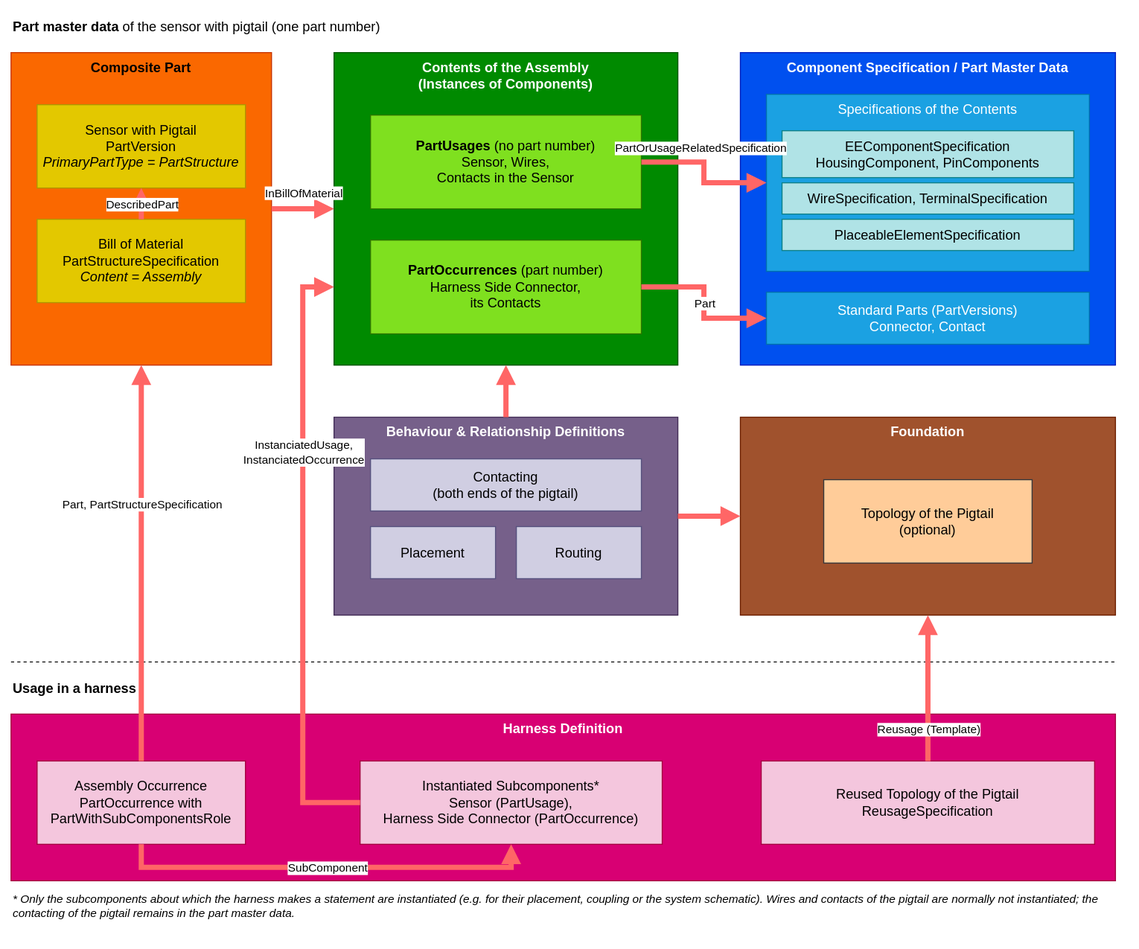
This is wiki/content/specifications/vec/guidelines/ee-components/pigtail/pigtail-building-blocks.svg from prostep-ivip-e-V/vec, a draw.io export, as it was before one commit. Source tidied: cells renumbered, new cells last; positions are measured from the earlier drawing's top-left corner, leaving out a move shared by most shapes.
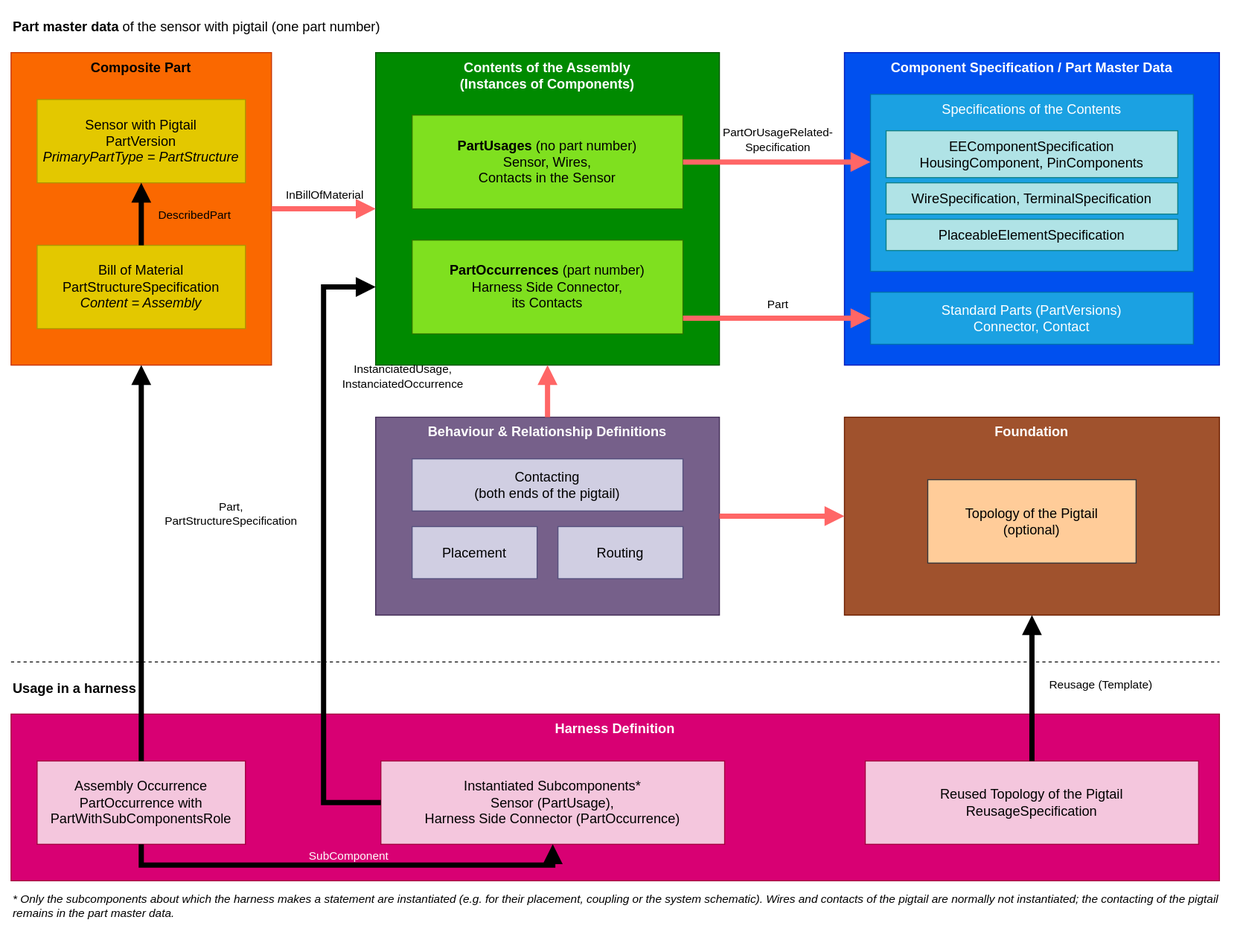
After the commit.

Commit message:
E/E Components: E/E component with pigtail, readable building blocks figure (#1127)

Arrows that run over coloured blocks (DescribedPart, the references from the harness) are black, the arrows to the specifications and standard parts are straight, and the arrow labels have no background and a text colour that contrasts with their area.

Refs #1127

The edit, as a diff of the source:
```diff
@@ -9,13 +9,13 @@
       <mxGeometry y="40" width="250" height="300" as="geometry" />
     </mxCell>
     <mxCell id="4" value="Sensor with Pigtail&lt;br&gt;PartVersion&lt;br&gt;&lt;i&gt;PrimaryPartType = PartStructure&lt;/i&gt;" style="rounded=0;whiteSpace=wrap;html=1;fontSize=13;fillColor=#e3c800;fontColor=#000000;strokeColor=#B09500;" parent="3" vertex="1">
-      <mxGeometry x="25" y="50" width="200" height="80" as="geometry" />
+      <mxGeometry x="25" y="45" width="200" height="80" as="geometry" />
     </mxCell>
     <mxCell id="5" value="Bill of Material&lt;br&gt;PartStructureSpecification&lt;br&gt;&lt;i&gt;Content = Assembly&lt;/i&gt;" style="rounded=0;whiteSpace=wrap;html=1;fontSize=13;fillColor=#e3c800;fontColor=#000000;strokeColor=#B09500;" parent="3" vertex="1">
-      <mxGeometry x="25" y="160" width="200" height="80" as="geometry" />
+      <mxGeometry x="25" y="185" width="200" height="80" as="geometry" />
     </mxCell>
     <mxCell id="6" value="Contents of the Assembly&lt;br&gt;(Instances of Components)" style="rounded=0;whiteSpace=wrap;html=1;verticalAlign=top;fontStyle=1;fontSize=13;fillColor=#008a00;strokeColor=#005700;fontColor=#ffffff;" parent="1" vertex="1">
-      <mxGeometry x="310" y="40" width="330" height="300" as="geometry" />
+      <mxGeometry x="350" y="40" width="330" height="300" as="geometry" />
     </mxCell>
     <mxCell id="7" value="&lt;b&gt;PartUsages&lt;/b&gt; (no part number)&lt;br&gt;Sensor, Wires,&lt;br&gt;Contacts in the Sensor" style="rounded=0;whiteSpace=wrap;html=1;fontSize=13;fillColor=#7FE01F;fontColor=#000000;strokeColor=#2D7600;" parent="6" vertex="1">
       <mxGeometry x="35" y="60" width="260" height="90" as="geometry" />
@@ -24,7 +24,7 @@
       <mxGeometry x="35" y="180" width="260" height="90" as="geometry" />
     </mxCell>
     <mxCell id="9" value="Component Specification / Part Master Data" style="rounded=0;whiteSpace=wrap;html=1;verticalAlign=top;fontStyle=1;fontSize=13;fillColor=#0050ef;strokeColor=#001DBC;fontColor=#ffffff;" parent="1" vertex="1">
-      <mxGeometry x="700" y="40" width="360" height="300" as="geometry" />
+      <mxGeometry x="800" y="40" width="360" height="300" as="geometry" />
     </mxCell>
     <mxCell id="10" value="Specifications of the Contents" style="rounded=0;whiteSpace=wrap;html=1;fontSize=13;verticalAlign=top;fillColor=#1ba1e2;fontColor=#ffffff;strokeColor=#006EAF;" parent="9" vertex="1">
       <mxGeometry x="25" y="40" width="310" height="170" as="geometry" />
@@ -42,7 +42,7 @@
       <mxGeometry x="25" y="230" width="310" height="50" as="geometry" />
     </mxCell>
     <mxCell id="15" value="Behaviour &amp;amp; Relationship Definitions" style="rounded=0;whiteSpace=wrap;html=1;verticalAlign=top;fontStyle=1;fontSize=13;fillColor=#76608a;strokeColor=#432D57;fontColor=#ffffff;" parent="1" vertex="1">
-      <mxGeometry x="310" y="390" width="330" height="190" as="geometry" />
+      <mxGeometry x="350" y="390" width="330" height="190" as="geometry" />
     </mxCell>
     <mxCell id="16" value="Contacting&lt;br&gt;(both ends of the pigtail)" style="rounded=0;whiteSpace=wrap;html=1;fontSize=13;fillColor=#d0cee2;strokeColor=#56517e;" parent="15" vertex="1">
       <mxGeometry x="35" y="40" width="260" height="50" as="geometry" />
@@ -54,7 +54,7 @@
       <mxGeometry x="175" y="105" width="120" height="50" as="geometry" />
     </mxCell>
     <mxCell id="19" value="Foundation" style="rounded=0;whiteSpace=wrap;html=1;verticalAlign=top;fontStyle=1;fontSize=13;fillColor=#a0522d;strokeColor=#6D1F00;fontColor=#ffffff;" parent="1" vertex="1">
-      <mxGeometry x="700" y="390" width="360" height="190" as="geometry" />
+      <mxGeometry x="800" y="390" width="360" height="190" as="geometry" />
     </mxCell>
     <mxCell id="20" value="Topology of the Pigtail&lt;br&gt;(optional)" style="rounded=0;whiteSpace=wrap;html=1;fontSize=13;fillColor=#ffcc99;strokeColor=#36393d;" parent="19" vertex="1">
       <mxGeometry x="80" y="60" width="200" height="80" as="geometry" />
@@ -62,94 +62,106 @@
     <mxCell id="21" style="endArrow=none;dashed=1;html=1;rounded=0;" parent="1" edge="1">
       <mxGeometry relative="1" as="geometry">
         <mxPoint y="625" as="sourcePoint" />
-        <mxPoint x="1060" y="625" as="targetPoint" />
+        <mxPoint x="1160" y="625" as="targetPoint" />
       </mxGeometry>
     </mxCell>
     <mxCell id="22" value="&lt;b&gt;Usage in a harness&lt;/b&gt;" style="text;html=1;strokeColor=none;fillColor=none;align=left;verticalAlign=middle;whiteSpace=wrap;rounded=0;fontSize=13;" parent="1" vertex="1">
       <mxGeometry y="635" width="600" height="30" as="geometry" />
     </mxCell>
     <mxCell id="23" value="Harness Definition" style="rounded=0;whiteSpace=wrap;html=1;verticalAlign=top;fontStyle=1;fontSize=13;fillColor=#d80073;strokeColor=#A50040;fontColor=#ffffff;" parent="1" vertex="1">
-      <mxGeometry y="675" width="1060" height="160" as="geometry" />
+      <mxGeometry y="675" width="1160" height="160" as="geometry" />
     </mxCell>
     <mxCell id="24" value="Assembly Occurrence&lt;br&gt;PartOccurrence with&lt;br&gt;PartWithSubComponentsRole" style="rounded=0;whiteSpace=wrap;html=1;fontSize=13;fillColor=#f4c6dd;fontColor=#000000;strokeColor=#A50040;" parent="23" vertex="1">
       <mxGeometry x="25" y="45" width="200" height="80" as="geometry" />
     </mxCell>
     <mxCell id="25" value="Instantiated Subcomponents*&lt;br&gt;Sensor (PartUsage),&lt;br&gt;Harness Side Connector (PartOccurrence)" style="rounded=0;whiteSpace=wrap;html=1;fontSize=13;fillColor=#f4c6dd;fontColor=#000000;strokeColor=#A50040;" parent="23" vertex="1">
-      <mxGeometry x="335" y="45" width="290" height="80" as="geometry" />
+      <mxGeometry x="355" y="45" width="330" height="80" as="geometry" />
     </mxCell>
     <mxCell id="26" value="Reused Topology of the Pigtail&lt;br&gt;ReusageSpecification" style="rounded=0;whiteSpace=wrap;html=1;fontSize=13;fillColor=#f4c6dd;fontColor=#000000;strokeColor=#A50040;" parent="23" vertex="1">
-      <mxGeometry x="720" y="45" width="320" height="80" as="geometry" />
+      <mxGeometry x="820" y="45" width="320" height="80" as="geometry" />
     </mxCell>
     <mxCell id="27" value="* Only the subcomponents about which the harness makes a statement are instantiated (e.g. for their placement, coupling or the system schematic). Wires and contacts of the pigtail are normally not instantiated; the contacting of the pigtail remains in the part master data." style="text;html=1;strokeColor=none;fillColor=none;align=left;verticalAlign=top;whiteSpace=wrap;rounded=0;fontSize=11;fontStyle=2;" parent="1" vertex="1">
-      <mxGeometry y="840" width="1060" height="40" as="geometry" />
+      <mxGeometry y="840" width="1160" height="40" as="geometry" />
     </mxCell>
-    <mxCell id="28" style="endArrow=block;html=1;rounded=0;fontSize=13;fillColor=#bac8d3;strokeColor=#FF6666;strokeWidth=5;endFill=1;edgeStyle=orthogonalEdgeStyle;exitX=0.5;exitY=0;exitDx=0;exitDy=0;entryX=0.5;entryY=1;entryDx=0;entryDy=0;" parent="1" edge="1" source="5" target="4">
+    <mxCell id="28" style="endArrow=block;html=1;rounded=0;fontSize=13;strokeWidth=5;endFill=1;strokeColor=#000000;exitX=0.5;exitY=0;exitDx=0;exitDy=0;entryX=0.5;entryY=1;entryDx=0;entryDy=0;" parent="1" edge="1" source="5" target="4">
       <mxGeometry relative="1" as="geometry" />
     </mxCell>
-    <mxCell id="29" value="DescribedPart" style="edgeLabel;html=1;align=center;verticalAlign=middle;fontSize=11;labelBackgroundColor=#ffffff;" parent="28" vertex="1">
-      <mxGeometry relative="1" as="geometry" />
+    <mxCell id="29" value="DescribedPart" style="edgeLabel;html=1;align=center;verticalAlign=middle;fontSize=11;labelBackgroundColor=none;fontColor=#000000;" parent="28" vertex="1">
+      <mxGeometry relative="1" as="geometry">
+        <mxPoint x="50" as="offset" />
+      </mxGeometry>
     </mxCell>
-    <mxCell id="30" style="endArrow=block;html=1;rounded=0;fontSize=13;fillColor=#bac8d3;strokeColor=#FF6666;strokeWidth=5;endFill=1;edgeStyle=orthogonalEdgeStyle;exitX=1;exitY=0.5;exitDx=0;exitDy=0;entryX=0;entryY=0.5;entryDx=0;entryDy=0;" parent="1" edge="1" source="3" target="6">
+    <mxCell id="30" style="endArrow=block;html=1;rounded=0;fontSize=13;strokeWidth=5;endFill=1;fillColor=#bac8d3;strokeColor=#FF6666;exitX=1;exitY=0.5;exitDx=0;exitDy=0;entryX=0;entryY=0.5;entryDx=0;entryDy=0;" parent="1" edge="1" source="3" target="6">
       <mxGeometry relative="1" as="geometry" />
     </mxCell>
-    <mxCell id="31" value="InBillOfMaterial" style="edgeLabel;html=1;align=center;verticalAlign=middle;fontSize=11;labelBackgroundColor=#ffffff;" parent="30" vertex="1">
+    <mxCell id="31" value="InBillOfMaterial" style="edgeLabel;html=1;align=center;verticalAlign=middle;fontSize=11;labelBackgroundColor=none;fontColor=#000000;" parent="30" vertex="1">
       <mxGeometry relative="1" as="geometry">
-        <mxPoint y="-16" as="offset" />
+        <mxPoint y="-14" as="offset" />
       </mxGeometry>
     </mxCell>
-    <mxCell id="32" style="endArrow=block;html=1;rounded=0;fontSize=13;fillColor=#bac8d3;strokeColor=#FF6666;strokeWidth=5;endFill=1;edgeStyle=orthogonalEdgeStyle;exitX=1;exitY=0.5;exitDx=0;exitDy=0;entryX=0;entryY=0.5;entryDx=0;entryDy=0;" parent="1" edge="1" source="7" target="10">
+    <mxCell id="32" style="endArrow=block;html=1;rounded=0;fontSize=13;strokeWidth=5;endFill=1;fillColor=#bac8d3;strokeColor=#FF6666;exitX=1;exitY=0.5;exitDx=0;exitDy=0;entryX=0;entryY=0.38235294117647056;entryDx=0;entryDy=0;" parent="1" edge="1" source="7" target="10">
       <mxGeometry relative="1" as="geometry" />
     </mxCell>
-    <mxCell id="33" value="PartOrUsageRelatedSpecification" style="edgeLabel;html=1;align=center;verticalAlign=middle;fontSize=11;labelBackgroundColor=#ffffff;" parent="32" vertex="1">
-      <mxGeometry x="-0.2" relative="1" as="geometry">
-        <mxPoint y="-14" as="offset" />
+    <mxCell id="33" value="PartOrUsageRelated-&lt;br&gt;Specification" style="edgeLabel;html=1;align=center;verticalAlign=middle;fontSize=11;labelBackgroundColor=none;fontColor=#000000;" parent="32" vertex="1">
+      <mxGeometry relative="1" as="geometry">
+        <mxPoint y="-22" as="offset" />
       </mxGeometry>
     </mxCell>
-    <mxCell id="34" style="endArrow=block;html=1;rounded=0;fontSize=13;fillColor=#bac8d3;strokeColor=#FF6666;strokeWidth=5;endFill=1;edgeStyle=orthogonalEdgeStyle;exitX=1;exitY=0.5;exitDx=0;exitDy=0;entryX=0;entryY=0.5;entryDx=0;entryDy=0;" parent="1" edge="1" source="8" target="14">
+    <mxCell id="34" style="endArrow=block;html=1;rounded=0;fontSize=13;strokeWidth=5;endFill=1;fillColor=#bac8d3;strokeColor=#FF6666;exitX=1;exitY=0.8333333333333334;exitDx=0;exitDy=0;entryX=0;entryY=0.5;entryDx=0;entryDy=0;" parent="1" edge="1" source="8" target="14">
       <mxGeometry relative="1" as="geometry" />
     </mxCell>
-    <mxCell id="35" value="Part" style="edgeLabel;html=1;align=center;verticalAlign=middle;fontSize=11;labelBackgroundColor=#ffffff;" parent="34" vertex="1">
-      <mxGeometry relative="1" as="geometry" />
+    <mxCell id="35" value="Part" style="edgeLabel;html=1;align=center;verticalAlign=middle;fontSize=11;labelBackgroundColor=none;fontColor=#000000;" parent="34" vertex="1">
+      <mxGeometry relative="1" as="geometry">
+        <mxPoint y="-14" as="offset" />
+      </mxGeometry>
     </mxCell>
-    <mxCell id="36" style="endArrow=block;html=1;rounded=0;fontSize=13;fillColor=#bac8d3;strokeColor=#FF6666;strokeWidth=5;endFill=1;edgeStyle=orthogonalEdgeStyle;exitX=0.5;exitY=0;exitDx=0;exitDy=0;entryX=0.5;entryY=1;entryDx=0;entryDy=0;" parent="1" edge="1" source="15" target="6">
+    <mxCell id="36" style="endArrow=block;html=1;rounded=0;fontSize=13;strokeWidth=5;endFill=1;fillColor=#bac8d3;strokeColor=#FF6666;exitX=0.5;exitY=0;exitDx=0;exitDy=0;entryX=0.5;entryY=1;entryDx=0;entryDy=0;" parent="1" edge="1" source="15" target="6">
       <mxGeometry relative="1" as="geometry" />
     </mxCell>
-    <mxCell id="37" style="endArrow=block;html=1;rounded=0;fontSize=13;fillColor=#bac8d3;strokeColor=#FF6666;strokeWidth=5;endFill=1;edgeStyle=orthogonalEdgeStyle;exitX=1;exitY=0.5;exitDx=0;exitDy=0;entryX=0;entryY=0.5;entryDx=0;entryDy=0;" parent="1" edge="1" source="15" target="19">
+    <mxCell id="37" style="endArrow=block;html=1;rounded=0;fontSize=13;strokeWidth=5;endFill=1;fillColor=#bac8d3;strokeColor=#FF6666;exitX=1;exitY=0.5;exitDx=0;exitDy=0;entryX=0;entryY=0.5;entryDx=0;entryDy=0;" parent="1" edge="1" source="15" target="19">
       <mxGeometry relative="1" as="geometry" />
     </mxCell>
-    <mxCell id="38" style="endArrow=block;html=1;rounded=0;fontSize=13;fillColor=#bac8d3;strokeColor=#FF6666;strokeWidth=5;endFill=1;edgeStyle=orthogonalEdgeStyle;exitX=0.5;exitY=0;exitDx=0;exitDy=0;entryX=0.5;entryY=1;entryDx=0;entryDy=0;" parent="1" edge="1" source="24" target="3">
+    <mxCell id="38" style="endArrow=block;html=1;rounded=0;fontSize=13;strokeWidth=5;endFill=1;strokeColor=#000000;exitX=0.5;exitY=0;exitDx=0;exitDy=0;entryX=0.5;entryY=1;entryDx=0;entryDy=0;" parent="1" edge="1" source="24" target="3">
       <mxGeometry relative="1" as="geometry" />
     </mxCell>
-    <mxCell id="39" value="Part, PartStructureSpecification" style="edgeLabel;html=1;align=center;verticalAlign=middle;fontSize=11;labelBackgroundColor=#ffffff;" parent="38" vertex="1">
-      <mxGeometry x="0.3" relative="1" as="geometry" />
+    <mxCell id="39" value="Part,&lt;br&gt;PartStructureSpecification" style="edgeLabel;html=1;align=center;verticalAlign=middle;fontSize=11;labelBackgroundColor=none;fontColor=#000000;" parent="38" vertex="1">
+      <mxGeometry x="0.25" relative="1" as="geometry">
+        <mxPoint x="85" as="offset" />
+      </mxGeometry>
     </mxCell>
-    <mxCell id="40" style="endArrow=block;html=1;rounded=0;fontSize=13;fillColor=#bac8d3;strokeColor=#FF6666;strokeWidth=5;endFill=1;edgeStyle=orthogonalEdgeStyle;exitX=0;exitY=0.5;exitDx=0;exitDy=0;entryX=0;entryY=0.75;entryDx=0;entryDy=0;" parent="1" edge="1" source="25" target="6">
+    <mxCell id="40" style="endArrow=block;html=1;rounded=0;fontSize=13;strokeWidth=5;endFill=1;strokeColor=#000000;edgeStyle=orthogonalEdgeStyle;exitX=0;exitY=0.5;exitDx=0;exitDy=0;entryX=0;entryY=0.75;entryDx=0;entryDy=0;" parent="1" edge="1" source="25" target="6">
       <mxGeometry relative="1" as="geometry">
         <Array as="points">
-          <mxPoint x="280" y="760" />
-          <mxPoint x="280" y="265" />
+          <mxPoint x="300" y="760" />
+          <mxPoint x="300" y="265" />
         </Array>
       </mxGeometry>
     </mxCell>
-    <mxCell id="41" value="InstanciatedUsage,&lt;br&gt;InstanciatedOccurrence" style="edgeLabel;html=1;align=center;verticalAlign=middle;fontSize=11;labelBackgroundColor=#ffffff;" parent="40" vertex="1">
-      <mxGeometry x="0.35" relative="1" as="geometry" />
+    <mxCell id="41" value="InstanciatedUsage,&lt;br&gt;InstanciatedOccurrence" style="edgeLabel;html=1;align=center;verticalAlign=middle;fontSize=11;labelBackgroundColor=none;fontColor=#000000;" parent="40" vertex="1">
+      <mxGeometry x="0.55" relative="1" as="geometry">
+        <mxPoint x="75" as="offset" />
+      </mxGeometry>
     </mxCell>
-    <mxCell id="42" style="endArrow=block;html=1;rounded=0;fontSize=13;fillColor=#bac8d3;strokeColor=#FF6666;strokeWidth=5;endFill=1;edgeStyle=orthogonalEdgeStyle;exitX=0.5;exitY=1;exitDx=0;exitDy=0;entryX=0.5;entryY=1;entryDx=0;entryDy=0;" parent="1" edge="1" source="24" target="25">
+    <mxCell id="42" style="endArrow=block;html=1;rounded=0;fontSize=13;strokeWidth=5;endFill=1;strokeColor=#000000;edgeStyle=orthogonalEdgeStyle;exitX=0.5;exitY=1;exitDx=0;exitDy=0;entryX=0.5;entryY=1;entryDx=0;entryDy=0;" parent="1" edge="1" source="24" target="25">
       <mxGeometry relative="1" as="geometry">
         <Array as="points">
-          <mxPoint x="125" y="822" />
-          <mxPoint x="480" y="822" />
+          <mxPoint x="125" y="820" />
+          <mxPoint x="520" y="820" />
         </Array>
       </mxGeometry>
     </mxCell>
-    <mxCell id="43" value="SubComponent" style="edgeLabel;html=1;align=center;verticalAlign=middle;fontSize=11;labelBackgroundColor=#ffffff;" parent="42" vertex="1">
-      <mxGeometry relative="1" as="geometry" />
+    <mxCell id="43" value="SubComponent" style="edgeLabel;html=1;align=center;verticalAlign=middle;fontSize=11;labelBackgroundColor=none;fontColor=#ffffff;" parent="42" vertex="1">
+      <mxGeometry relative="1" as="geometry">
+        <mxPoint y="-10" as="offset" />
+      </mxGeometry>
     </mxCell>
-    <mxCell id="44" style="endArrow=block;html=1;rounded=0;fontSize=13;fillColor=#bac8d3;strokeColor=#FF6666;strokeWidth=5;endFill=1;edgeStyle=orthogonalEdgeStyle;exitX=0.5;exitY=0;exitDx=0;exitDy=0;entryX=0.5;entryY=1;entryDx=0;entryDy=0;" parent="1" edge="1" source="26" target="19">
+    <mxCell id="44" style="endArrow=block;html=1;rounded=0;fontSize=13;strokeWidth=5;endFill=1;strokeColor=#000000;exitX=0.5;exitY=0;exitDx=0;exitDy=0;entryX=0.5;entryY=1;entryDx=0;entryDy=0;" parent="1" edge="1" source="26" target="19">
       <mxGeometry relative="1" as="geometry" />
     </mxCell>
-    <mxCell id="45" value="Reusage (Template)" style="edgeLabel;html=1;align=center;verticalAlign=middle;fontSize=11;labelBackgroundColor=#ffffff;" parent="44" vertex="1">
-      <mxGeometry x="-0.55" relative="1" as="geometry" />
+    <mxCell id="45" value="Reusage (Template)" style="edgeLabel;html=1;align=center;verticalAlign=middle;fontSize=11;labelBackgroundColor=none;fontColor=#000000;" parent="44" vertex="1">
+      <mxGeometry x="0.05" relative="1" as="geometry">
+        <mxPoint x="65" as="offset" />
+      </mxGeometry>
     </mxCell>
   </root>
 </mxGraphModel>
```
